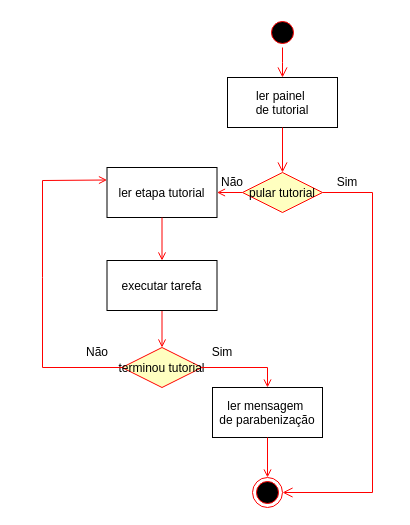
This is diagramas-grade/atvd-tutorial.drawio from PanicAThePython/tcc_NataliaSensWeise, a draw.io file, before an edit. Source tidied: cells renumbered, new cells numbered last; positions are measured from the earlier drawing's top-left corner, leaving out a move shared by most shapes. Both pictures are drawn from the tidied source at 100%, with x=0, y=0 at pixel (42, 17).
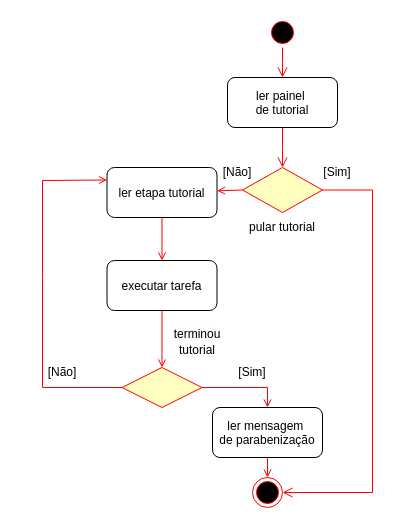
After the change.

What changed in the source:
```diff
@@
-    <mxCell id="4" value="ler etapa tutorial" parent="1" vertex="1">
+    <mxCell id="4" value="ler etapa tutorial" style="rounded=1;" parent="1" vertex="1">
       <mxGeometry x="64.5" y="150" width="110" height="50" as="geometry" />
     </mxCell>
@@
-    <mxCell id="6" value="executar tarefa" parent="1" vertex="1">
+    <mxCell id="6" value="executar tarefa" style="rounded=1;" parent="1" vertex="1">
       <mxGeometry x="64.5" y="243" width="110" height="50" as="geometry" />
     </mxCell>
@@
-    <mxCell id="8" value="pular tutorial" style="rhombus;fillColor=#ffffc0;strokeColor=#ff0000;" parent="1" vertex="1">
-      <mxGeometry x="200" y="155" width="80" height="40" as="geometry" />
+    <mxCell id="8" style="rhombus;fillColor=#ffffc0;strokeColor=#ff0000;" parent="1" vertex="1">
+      <mxGeometry x="200" y="150" width="80" height="45" as="geometry" />
     </mxCell>
-    <mxCell id="9" value="ler painel &#10;de tutorial" parent="1" vertex="1">
+    <mxCell id="9" value="ler painel &#10;de tutorial" style="rounded=1;" parent="1" vertex="1">
       <mxGeometry x="185" y="60" width="110" height="50" as="geometry" />
     </mxCell>
@@
-    <mxCell id="14" value="terminou tutorial" style="rhombus;fillColor=#ffffc0;strokeColor=#ff0000;" parent="1" vertex="1">
-      <mxGeometry x="79.5" y="330" width="80" height="40" as="geometry" />
+    <mxCell id="14" style="rhombus;fillColor=#ffffc0;strokeColor=#ff0000;" parent="1" vertex="1">
+      <mxGeometry x="79.5" y="350" width="80" height="40" as="geometry" />
     </mxCell>
     <mxCell id="15" style="endArrow=open;strokeColor=#FF0000;endFill=1;rounded=0;entryX=0;entryY=0.25;entryDx=0;entryDy=0;exitX=0;exitY=0.5;exitDx=0;exitDy=0;" parent="1" edge="1" source="14" target="4">
       <mxGeometry relative="1" as="geometry">
         <Array as="points">
-          <mxPoint y="350" />
+          <mxPoint y="370" />
           <mxPoint y="260" />
           <mxPoint y="163" />
         </Array>
       </mxGeometry>
     </mxCell>
-    <mxCell id="16" value="ler mensagem &#10;de parabenização" parent="1" vertex="1">
-      <mxGeometry x="170" y="370" width="110" height="50" as="geometry" />
+    <mxCell id="16" value="ler mensagem &#10;de parabenização" style="rounded=1;" parent="1" vertex="1">
+      <mxGeometry x="170" y="390" width="110" height="50" as="geometry" />
     </mxCell>
     <mxCell id="17" style="endArrow=open;strokeColor=#FF0000;endFill=1;rounded=0;entryX=0.5;entryY=0;entryDx=0;entryDy=0;exitX=1;exitY=0.5;exitDx=0;exitDy=0;" parent="1" edge="1" source="14" target="16">
       <mxGeometry relative="1" as="geometry">
         <Array as="points">
-          <mxPoint x="225" y="350" />
+          <mxPoint x="225" y="370" />
         </Array>
       </mxGeometry>
     </mxCell>
@@
-    <mxCell id="19" value="&lt;font face=&quot;Helvetica&quot;&gt;Sim&lt;/font&gt;" style="text;html=1;align=center;verticalAlign=middle;whiteSpace=wrap;rounded=0;fontFamily=Architects Daughter;" parent="1" vertex="1">
-      <mxGeometry x="260" y="150" width="90" height="30" as="geometry" />
-    </mxCell>
-    <mxCell id="20" value="&lt;font face=&quot;Helvetica&quot;&gt;Não&lt;/font&gt;" style="text;html=1;align=center;verticalAlign=middle;whiteSpace=wrap;rounded=0;fontFamily=Architects Daughter;" parent="1" vertex="1">
-      <mxGeometry x="144.5" y="150" width="90" height="30" as="geometry" />
-    </mxCell>
-    <mxCell id="21" value="&lt;font face=&quot;Helvetica&quot;&gt;Sim&lt;/font&gt;" style="text;html=1;align=center;verticalAlign=middle;whiteSpace=wrap;rounded=0;fontFamily=Architects Daughter;" parent="1" vertex="1">
-      <mxGeometry x="135" y="320" width="90" height="30" as="geometry" />
+    <mxCell id="21" value="&lt;font face=&quot;Helvetica&quot;&gt;[Sim]&lt;/font&gt;" style="text;html=1;align=center;verticalAlign=middle;whiteSpace=wrap;rounded=0;fontFamily=Architects Daughter;" parent="1" vertex="1">
+      <mxGeometry x="165" y="340" width="90" height="30" as="geometry" />
     </mxCell>
-    <mxCell id="22" value="&lt;font face=&quot;Helvetica&quot;&gt;Não&lt;/font&gt;" style="text;html=1;align=center;verticalAlign=middle;whiteSpace=wrap;rounded=0;fontFamily=Architects Daughter;" parent="1" vertex="1">
-      <mxGeometry x="10" y="320" width="90" height="30" as="geometry" />
+    <mxCell id="22" value="&lt;font face=&quot;Helvetica&quot;&gt;[Não]&lt;/font&gt;" style="text;html=1;align=center;verticalAlign=middle;whiteSpace=wrap;rounded=0;fontFamily=Architects Daughter;" parent="1" vertex="1">
+      <mxGeometry x="-25.5" y="340" width="90" height="30" as="geometry" />
     </mxCell>
+    <mxCell id="23" value="&lt;font face=&quot;Helvetica&quot;&gt;[Não]&lt;/font&gt;" style="text;html=1;align=center;verticalAlign=middle;whiteSpace=wrap;rounded=0;fontFamily=Architects Daughter;" parent="1" vertex="1">
+      <mxGeometry x="149.5" y="140" width="90" height="30" as="geometry" />
+    </mxCell>
+    <mxCell id="24" value="&lt;font face=&quot;Helvetica&quot;&gt;[Sim]&lt;/font&gt;" style="text;html=1;align=center;verticalAlign=middle;whiteSpace=wrap;rounded=0;fontFamily=Architects Daughter;" parent="1" vertex="1">
+      <mxGeometry x="250" y="140" width="90" height="30" as="geometry" />
+    </mxCell>
+    <mxCell id="25" value="&lt;br&gt;&lt;span style=&quot;color: rgb(0, 0, 0); font-family: Helvetica; font-size: 12px; font-style: normal; font-variant-ligatures: normal; font-variant-caps: normal; font-weight: 400; letter-spacing: normal; orphans: 2; text-align: center; text-indent: 0px; text-transform: none; widows: 2; word-spacing: 0px; -webkit-text-stroke-width: 0px; white-space: nowrap; background-color: rgb(251, 251, 251); text-decoration-thickness: initial; text-decoration-style: initial; text-decoration-color: initial; display: inline !important; float: none;&quot;&gt;terminou&lt;/span&gt;&lt;div&gt;&lt;span style=&quot;color: rgb(0, 0, 0); font-family: Helvetica; font-size: 12px; font-style: normal; font-variant-ligatures: normal; font-variant-caps: normal; font-weight: 400; letter-spacing: normal; orphans: 2; text-align: center; text-indent: 0px; text-transform: none; widows: 2; word-spacing: 0px; -webkit-text-stroke-width: 0px; white-space: nowrap; background-color: rgb(251, 251, 251); text-decoration-thickness: initial; text-decoration-style: initial; text-decoration-color: initial; display: inline !important; float: none;&quot;&gt;tutorial&lt;/span&gt;&lt;br&gt;&lt;br&gt;&lt;/div&gt;" style="text;html=1;align=center;verticalAlign=middle;whiteSpace=wrap;rounded=0;fontFamily=Architects Daughter;" parent="1" vertex="1">
+      <mxGeometry x="125" y="310" width="60" height="30" as="geometry" />
+    </mxCell>
+    <mxCell id="26" value="&lt;span style=&quot;font-family: Helvetica; text-wrap: nowrap;&quot;&gt;pular tutorial&lt;/span&gt;" style="text;html=1;align=center;verticalAlign=middle;whiteSpace=wrap;rounded=0;fontFamily=Architects Daughter;" parent="1" vertex="1">
+      <mxGeometry x="210" y="195" width="60" height="30" as="geometry" />
+    </mxCell>
```
